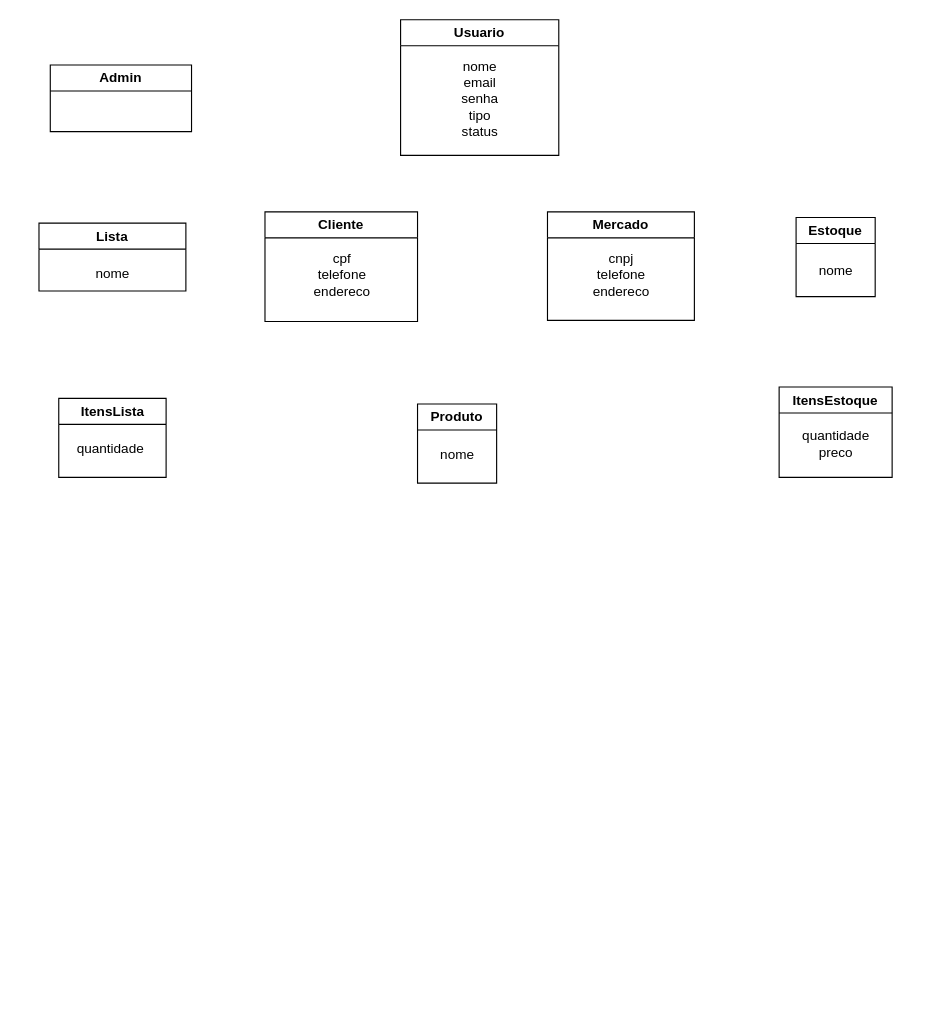
Above: Diagrama sem nome.drawio in gabrielbuzzi112/smarket_mvc (draw.io), before the change. Source tidied: cells renumbered, new cells numbered last; positions are measured from the earlier drawing's top-left corner, leaving out a move shared by most shapes. Both pictures are drawn from the tidied source at 113%, with x=0, y=0 at pixel (38, 19).
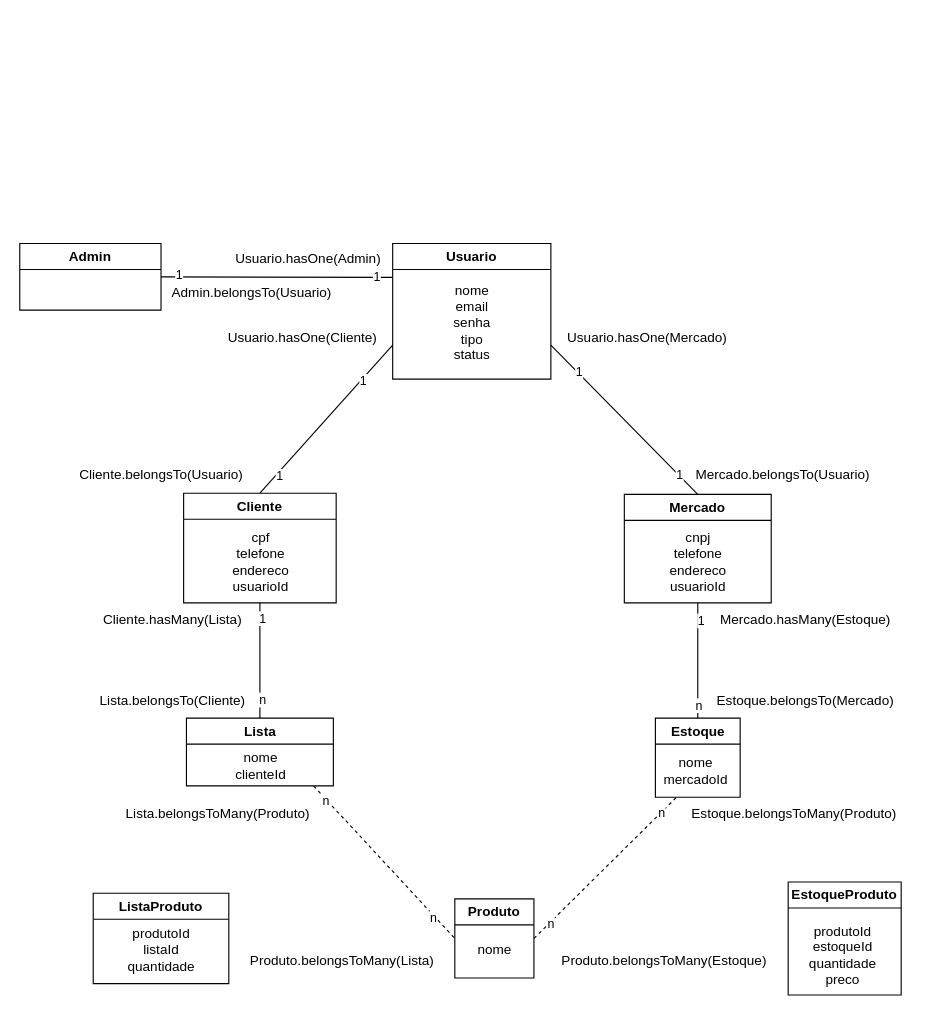
The same page after the edit.

Diff of the diagram source:
```diff
@@
+    <mxCell id="19" style="edgeStyle=none;rounded=0;jettySize=auto;html=1;exitX=0;exitY=0.25;exitDx=0;exitDy=0;entryX=1;entryY=0.5;entryDx=0;entryDy=0;endArrow=none;endFill=0;" parent="1" edge="1" source="2" target="4">
+      <mxGeometry relative="1" as="geometry" />
+    </mxCell>
+    <mxCell id="20" value="1" style="edgeLabel;html=1;align=center;verticalAlign=middle;" parent="19" vertex="1">
+      <mxGeometry x="0.85" y="-2" relative="1" as="geometry" />
+    </mxCell>
+    <mxCell id="21" value="1" style="edgeLabel;html=1;align=center;verticalAlign=middle;" parent="19" vertex="1">
+      <mxGeometry x="-0.85" relative="1" as="geometry" />
+    </mxCell>
     <mxCell id="2" value="Usuario" style="swimlane;whiteSpace=wrap;html=1;" parent="1" vertex="1">
-      <mxGeometry x="320" width="140" height="120" as="geometry" />
+      <mxGeometry x="313" y="198" width="140" height="120" as="geometry" />
     </mxCell>
@@
     <mxCell id="4" value="Admin" style="swimlane;whiteSpace=wrap;html=1;" parent="1" vertex="1">
-      <mxGeometry x="10" y="40" width="125" height="59" as="geometry" />
+      <mxGeometry x="-17" y="198" width="125" height="59" as="geometry" />
     </mxCell>
+    <mxCell id="22" style="edgeStyle=none;rounded=0;jettySize=auto;html=1;exitX=0.5;exitY=0;exitDx=0;exitDy=0;entryX=0.5;entryY=1;entryDx=0;entryDy=0;endArrow=none;endFill=0;" parent="1" edge="1" source="5" target="7">
+      <mxGeometry relative="1" as="geometry" />
+    </mxCell>
+    <mxCell id="23" value="1" style="edgeLabel;html=1;align=center;verticalAlign=middle;" parent="22" vertex="1">
+      <mxGeometry x="0.75" y="-1" relative="1" as="geometry">
+        <mxPoint x="1" as="offset" />
+      </mxGeometry>
+    </mxCell>
+    <mxCell id="24" value="n" style="edgeLabel;html=1;align=center;verticalAlign=middle;" parent="22" vertex="1">
+      <mxGeometry x="-0.67" y="-1" relative="1" as="geometry">
+        <mxPoint x="1" as="offset" />
+      </mxGeometry>
+    </mxCell>
+    <mxCell id="25" style="edgeStyle=none;rounded=0;jettySize=auto;html=1;entryX=0;entryY=0.5;entryDx=0;entryDy=0;endArrow=none;endFill=0;dashed=1;" parent="1" edge="1" target="17">
+      <mxGeometry relative="1" as="geometry">
+        <mxPoint x="243" y="678" as="sourcePoint" />
+      </mxGeometry>
+    </mxCell>
+    <mxCell id="26" value="n" style="edgeLabel;html=1;align=center;verticalAlign=middle;" parent="25" vertex="1">
+      <mxGeometry x="-0.83" y="-1" relative="1" as="geometry" />
+    </mxCell>
+    <mxCell id="27" value="n" style="edgeLabel;html=1;align=center;verticalAlign=middle;" parent="25" vertex="1">
+      <mxGeometry x="0.71" y="-2" relative="1" as="geometry" />
+    </mxCell>
     <mxCell id="5" value="Lista" style="swimlane;whiteSpace=wrap;html=1;" parent="1" vertex="1">
-      <mxGeometry y="180" width="130" height="60" as="geometry" />
+      <mxGeometry x="130.5" y="618" width="130" height="60" as="geometry" />
     </mxCell>
-    <mxCell id="6" value="nome" style="text;html=1;align=center;verticalAlign=middle;strokeColor=none;fillColor=none;" parent="5" vertex="1">
-      <mxGeometry x="40" y="30" width="50" height="30" as="geometry" />
+    <mxCell id="6" value="nome&lt;br&gt;clienteId" style="text;html=1;align=center;verticalAlign=middle;strokeColor=none;fillColor=none;" parent="5" vertex="1">
+      <mxGeometry x="30" y="21.5" width="70" height="40" as="geometry" />
     </mxCell>
+    <mxCell id="28" style="rounded=0;jettySize=auto;html=1;exitX=0.5;exitY=0;exitDx=0;exitDy=0;entryX=0;entryY=0.75;entryDx=0;entryDy=0;endArrow=none;endFill=0;" parent="1" edge="1" source="7" target="2">
+      <mxGeometry relative="1" as="geometry" />
+    </mxCell>
+    <mxCell id="29" value="1" style="edgeLabel;html=1;align=center;verticalAlign=middle;" parent="28" vertex="1">
+      <mxGeometry x="-0.74" y="-2" relative="1" as="geometry" />
+    </mxCell>
+    <mxCell id="30" value="1" style="edgeLabel;html=1;align=center;verticalAlign=middle;" parent="28" vertex="1">
+      <mxGeometry x="0.53" y="-1" relative="1" as="geometry" />
+    </mxCell>
     <mxCell id="7" value="Cliente" style="swimlane;whiteSpace=wrap;html=1;" parent="1" vertex="1">
-      <mxGeometry x="200" y="170" width="135" height="97" as="geometry" />
+      <mxGeometry x="128" y="419" width="135" height="97" as="geometry" />
     </mxCell>
-    <mxCell id="8" value="cpf&lt;br&gt;telefone&lt;br&gt;endereco" style="text;html=1;align=center;verticalAlign=middle;strokeColor=none;fillColor=none;" parent="7" vertex="1">
-      <mxGeometry x="32.5" y="26" width="70" height="60" as="geometry" />
+    <mxCell id="8" value="cpf&lt;br&gt;telefone&lt;br&gt;endereco&lt;br&gt;usuarioId" style="text;html=1;align=center;verticalAlign=middle;strokeColor=none;fillColor=none;" parent="7" vertex="1">
+      <mxGeometry x="32.5" y="26" width="70" height="70" as="geometry" />
     </mxCell>
+    <mxCell id="31" style="edgeStyle=none;rounded=0;jettySize=auto;html=1;exitX=0.5;exitY=0;exitDx=0;exitDy=0;entryX=1;entryY=0.75;entryDx=0;entryDy=0;endArrow=none;endFill=0;" parent="1" edge="1" source="9" target="2">
+      <mxGeometry relative="1" as="geometry" />
+    </mxCell>
+    <mxCell id="32" value="1" style="edgeLabel;html=1;align=center;verticalAlign=middle;" parent="31" vertex="1">
+      <mxGeometry x="0.63" y="-1" relative="1" as="geometry" />
+    </mxCell>
+    <mxCell id="33" value="1" style="edgeLabel;html=1;align=center;verticalAlign=middle;" parent="31" vertex="1">
+      <mxGeometry x="-0.74" relative="1" as="geometry" />
+    </mxCell>
     <mxCell id="9" value="Mercado" style="swimlane;whiteSpace=wrap;html=1;" parent="1" vertex="1">
-      <mxGeometry x="450" y="170" width="130" height="96" as="geometry" />
+      <mxGeometry x="518" y="420" width="130" height="96" as="geometry" />
     </mxCell>
-    <mxCell id="10" value="cnpj&lt;br&gt;telefone&lt;br&gt;endereco" style="text;html=1;align=center;verticalAlign=middle;strokeColor=none;fillColor=none;" parent="9" vertex="1">
-      <mxGeometry x="30" y="26" width="70" height="60" as="geometry" />
+    <mxCell id="10" value="cnpj&lt;br&gt;telefone&lt;br&gt;endereco&lt;br&gt;usuarioId" style="text;html=1;align=center;verticalAlign=middle;strokeColor=none;fillColor=none;" parent="9" vertex="1">
+      <mxGeometry x="30" y="25" width="70" height="70" as="geometry" />
     </mxCell>
+    <mxCell id="34" style="edgeStyle=none;rounded=0;jettySize=auto;html=1;exitX=0.5;exitY=0;exitDx=0;exitDy=0;entryX=0.5;entryY=1;entryDx=0;entryDy=0;endArrow=none;endFill=0;" parent="1" edge="1" source="11" target="9">
+      <mxGeometry relative="1" as="geometry" />
+    </mxCell>
+    <mxCell id="35" value="1" style="edgeLabel;html=1;align=center;verticalAlign=middle;" parent="34" vertex="1">
+      <mxGeometry x="0.71" y="-2" relative="1" as="geometry" />
+    </mxCell>
+    <mxCell id="36" value="n" style="edgeLabel;html=1;align=center;verticalAlign=middle;" parent="34" vertex="1">
+      <mxGeometry x="-0.76" relative="1" as="geometry" />
+    </mxCell>
     <mxCell id="11" value="Estoque" style="swimlane;whiteSpace=wrap;html=1;" parent="1" vertex="1">
-      <mxGeometry x="670" y="175" width="70" height="70" as="geometry" />
+      <mxGeometry x="545.5" y="618" width="75" height="70" as="geometry" />
     </mxCell>
-    <mxCell id="12" value="nome" style="text;html=1;align=center;verticalAlign=middle;strokeColor=none;fillColor=none;" parent="11" vertex="1">
-      <mxGeometry x="10" y="31.5" width="50" height="30" as="geometry" />
+    <mxCell id="12" value="nome&lt;br&gt;mercadoId" style="text;html=1;align=center;verticalAlign=middle;strokeColor=none;fillColor=none;" parent="11" vertex="1">
+      <mxGeometry x="-5" y="26.5" width="80" height="40" as="geometry" />
     </mxCell>
-    <mxCell id="13" value="ItensLista" style="swimlane;whiteSpace=wrap;html=1;" parent="1" vertex="1">
-      <mxGeometry x="17.5" y="335" width="95" height="70" as="geometry" />
+    <mxCell id="13" value="ListaProduto" style="swimlane;whiteSpace=wrap;html=1;" parent="1" vertex="1">
+      <mxGeometry x="48" y="773" width="120" height="80" as="geometry" />
     </mxCell>
-    <mxCell id="14" value="quantidade" style="text;html=1;align=center;verticalAlign=middle;strokeColor=none;fillColor=none;" parent="13" vertex="1">
-      <mxGeometry x="5" y="30" width="80" height="30" as="geometry" />
+    <mxCell id="14" value="produtoId&lt;br&gt;listaId&lt;br&gt;quantidade" style="text;html=1;align=center;verticalAlign=middle;strokeColor=none;fillColor=none;" parent="13" vertex="1">
+      <mxGeometry x="20" y="20" width="80" height="60" as="geometry" />
     </mxCell>
-    <mxCell id="15" value="ItensEstoque" style="swimlane;whiteSpace=wrap;html=1;" parent="1" vertex="1">
-      <mxGeometry x="655" y="325" width="100" height="80" as="geometry" />
+    <mxCell id="15" value="EstoqueProduto" style="swimlane;whiteSpace=wrap;html=1;" parent="1" vertex="1">
+      <mxGeometry x="663" y="763" width="100" height="100" as="geometry" />
     </mxCell>
-    <mxCell id="16" value="quantidade&lt;br&gt;preco" style="text;html=1;align=center;verticalAlign=middle;strokeColor=none;fillColor=none;" parent="15" vertex="1">
-      <mxGeometry x="10" y="30" width="80" height="40" as="geometry" />
+    <mxCell id="16" value="produtoId&lt;br&gt;estoqueId&lt;br&gt;quantidade&lt;br&gt;preco" style="text;html=1;align=center;verticalAlign=middle;strokeColor=none;fillColor=none;" parent="15" vertex="1">
+      <mxGeometry x="7.5" y="30" width="80" height="70" as="geometry" />
     </mxCell>
+    <mxCell id="37" style="edgeStyle=none;rounded=0;jettySize=auto;html=1;exitX=1;exitY=0.5;exitDx=0;exitDy=0;entryX=0.25;entryY=1;entryDx=0;entryDy=0;dashed=1;endArrow=none;endFill=0;" parent="1" edge="1" source="17" target="11">
+      <mxGeometry relative="1" as="geometry" />
+    </mxCell>
+    <mxCell id="38" value="n" style="edgeLabel;html=1;align=center;verticalAlign=middle;" parent="37" vertex="1">
+      <mxGeometry x="0.78" y="-1" relative="1" as="geometry">
+        <mxPoint y="-1" as="offset" />
+      </mxGeometry>
+    </mxCell>
+    <mxCell id="39" value="n" style="edgeLabel;html=1;align=center;verticalAlign=middle;" parent="37" vertex="1">
+      <mxGeometry x="-0.78" y="-1" relative="1" as="geometry" />
+    </mxCell>
     <mxCell id="17" value="Produto" style="swimlane;whiteSpace=wrap;html=1;" parent="1" vertex="1">
-      <mxGeometry x="335" y="340" width="70" height="70" as="geometry" />
+      <mxGeometry x="368" y="778" width="70" height="70" as="geometry" />
     </mxCell>
@@
+    <mxCell id="40" value="Usuario.hasOne(Cliente)" style="text;html=1;align=center;verticalAlign=middle;strokeColor=none;fillColor=none;" parent="1" vertex="1">
+      <mxGeometry x="153" y="267" width="160" height="30" as="geometry" />
+    </mxCell>
+    <mxCell id="41" value="Usuario.hasOne(Mercado)" style="text;html=1;align=center;verticalAlign=middle;strokeColor=none;fillColor=none;" parent="1" vertex="1">
+      <mxGeometry x="458" y="267" width="160" height="30" as="geometry" />
+    </mxCell>
+    <mxCell id="42" value="Cliente.belongsTo(Usuario)" style="text;html=1;align=center;verticalAlign=middle;strokeColor=none;fillColor=none;" parent="1" vertex="1">
+      <mxGeometry x="23" y="388" width="170" height="30" as="geometry" />
+    </mxCell>
+    <mxCell id="43" value="Mercado.belongsTo(Usuario)" style="text;html=1;align=center;verticalAlign=middle;strokeColor=none;fillColor=none;" parent="1" vertex="1">
+      <mxGeometry x="568" y="388" width="180" height="30" as="geometry" />
+    </mxCell>
+    <mxCell id="44" value="Cliente.hasMany(Lista)" style="text;html=1;align=center;verticalAlign=middle;strokeColor=none;fillColor=none;" parent="1" vertex="1">
+      <mxGeometry x="43" y="516" width="150" height="30" as="geometry" />
+    </mxCell>
+    <mxCell id="45" value="Lista.belongsTo(Cliente)" style="text;html=1;align=center;verticalAlign=middle;strokeColor=none;fillColor=none;" parent="1" vertex="1">
+      <mxGeometry x="43" y="588" width="150" height="30" as="geometry" />
+    </mxCell>
+    <mxCell id="46" value="Mercado.hasMany(Estoque)" style="text;html=1;align=center;verticalAlign=middle;strokeColor=none;fillColor=none;" parent="1" vertex="1">
+      <mxGeometry x="593" y="516" width="170" height="30" as="geometry" />
+    </mxCell>
+    <mxCell id="47" value="Estoque.belongsTo(Mercado)" style="text;html=1;align=center;verticalAlign=middle;strokeColor=none;fillColor=none;" parent="1" vertex="1">
+      <mxGeometry x="588" y="588" width="180" height="30" as="geometry" />
+    </mxCell>
+    <mxCell id="48" value="Lista.belongsToMany(Produto)" style="text;html=1;align=center;verticalAlign=middle;strokeColor=none;fillColor=none;" parent="1" vertex="1">
+      <mxGeometry x="63" y="688" width="190" height="30" as="geometry" />
+    </mxCell>
+    <mxCell id="49" value="Estoque.belongsToMany(Produto)" style="text;html=1;align=center;verticalAlign=middle;strokeColor=none;fillColor=none;" parent="1" vertex="1">
+      <mxGeometry x="568" y="688" width="200" height="30" as="geometry" />
+    </mxCell>
+    <mxCell id="50" value="Produto.belongsToMany(Lista)" style="text;html=1;align=center;verticalAlign=middle;strokeColor=none;fillColor=none;" parent="1" vertex="1">
+      <mxGeometry x="173" y="818" width="190" height="30" as="geometry" />
+    </mxCell>
+    <mxCell id="51" value="Produto.belongsToMany(Estoque)" style="text;html=1;align=center;verticalAlign=middle;strokeColor=none;fillColor=none;" parent="1" vertex="1">
+      <mxGeometry x="453" y="818" width="200" height="30" as="geometry" />
+    </mxCell>
+    <mxCell id="52" value="Admin.belongsTo(Usuario)" style="text;html=1;align=center;verticalAlign=middle;strokeColor=none;fillColor=none;" parent="1" vertex="1">
+      <mxGeometry x="108" y="227" width="160" height="30" as="geometry" />
+    </mxCell>
+    <mxCell id="53" value="Usuario.hasOne(Admin)" style="text;html=1;align=center;verticalAlign=middle;strokeColor=none;fillColor=none;" parent="1" vertex="1">
+      <mxGeometry x="163" y="197" width="150" height="30" as="geometry" />
+    </mxCell>
```
